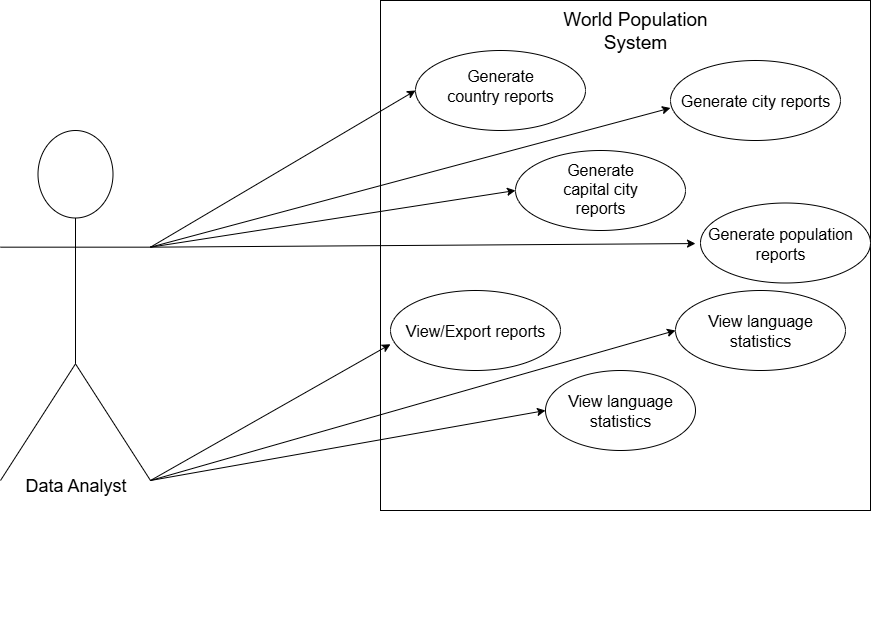
Above: use-cases/Use_Case_Diagram.drawio.png in sanmilonge/SoftEng (draw.io), before the change. Source tidied: cells renumbered, new cells last; positions are measured from the earlier drawing's top-left corner, leaving out a move shared by most shapes. Source of this version:
```xml
<mxGraphModel>
  <root>
    <mxCell id="0" />
    <mxCell id="1" parent="0" />
    <mxCell id="2" style="rounded=0;whiteSpace=wrap;html=1;" parent="1" vertex="1">
      <mxGeometry x="380" width="490" height="510" as="geometry" />
    </mxCell>
    <mxCell id="3" value="&lt;font style=&quot;font-size: 19px;&quot;&gt;World Population System&lt;/font&gt;" style="text;strokeColor=none;align=center;fillColor=none;html=1;verticalAlign=middle;whiteSpace=wrap;rounded=0;" parent="1" vertex="1">
      <mxGeometry x="555" width="160" height="60" as="geometry" />
    </mxCell>
    <mxCell id="4" style="ellipse;whiteSpace=wrap;html=1;" parent="1" vertex="1">
      <mxGeometry x="415" y="50" width="170" height="80" as="geometry" />
    </mxCell>
    <mxCell id="5" style="ellipse;whiteSpace=wrap;html=1;" parent="1" vertex="1">
      <mxGeometry x="670" y="60" width="170" height="80" as="geometry" />
    </mxCell>
    <mxCell id="6" style="ellipse;whiteSpace=wrap;html=1;" parent="1" vertex="1">
      <mxGeometry x="390" y="290" width="170" height="80" as="geometry" />
    </mxCell>
    <mxCell id="7" style="ellipse;whiteSpace=wrap;html=1;" parent="1" vertex="1">
      <mxGeometry x="515" y="150" width="170" height="80" as="geometry" />
    </mxCell>
    <mxCell id="8" style="ellipse;whiteSpace=wrap;html=1;" parent="1" vertex="1">
      <mxGeometry x="700" y="202.5" width="170" height="80" as="geometry" />
    </mxCell>
    <mxCell id="9" value="&lt;font style=&quot;font-size: 16px;&quot;&gt;Generate country reports&lt;/font&gt;" style="text;strokeColor=none;align=center;fillColor=none;html=1;verticalAlign=middle;whiteSpace=wrap;rounded=0;" parent="1" vertex="1">
      <mxGeometry x="440" y="70" width="120" height="30" as="geometry" />
    </mxCell>
    <mxCell id="10" value="&lt;font style=&quot;font-size: 16px;&quot;&gt;Generate population reports&lt;/font&gt;" style="text;strokeColor=none;align=center;fillColor=none;html=1;verticalAlign=middle;whiteSpace=wrap;rounded=0;" parent="1" vertex="1">
      <mxGeometry x="695" y="215" width="170" height="55" as="geometry" />
    </mxCell>
    <mxCell id="11" value="&lt;font style=&quot;font-size: 16px;&quot;&gt;Generate capital city reports&lt;/font&gt;" style="text;strokeColor=none;align=center;fillColor=none;html=1;verticalAlign=middle;whiteSpace=wrap;rounded=0;" parent="1" vertex="1">
      <mxGeometry x="545" y="172.5" width="110" height="30" as="geometry" />
    </mxCell>
    <mxCell id="12" value="&lt;font style=&quot;font-size: 16px;&quot;&gt;Generate city reports&lt;/font&gt;" style="text;strokeColor=none;align=center;fillColor=none;html=1;verticalAlign=middle;whiteSpace=wrap;rounded=0;" parent="1" vertex="1">
      <mxGeometry x="670" y="85" width="170" height="30" as="geometry" />
    </mxCell>
    <mxCell id="13" value="&lt;font style=&quot;font-size: 16px;&quot;&gt;View/Export reports&lt;/font&gt;" style="text;strokeColor=none;align=center;fillColor=none;html=1;verticalAlign=middle;whiteSpace=wrap;rounded=0;" parent="1" vertex="1">
      <mxGeometry x="390" y="302.5" width="170" height="55" as="geometry" />
    </mxCell>
    <mxCell id="14" style="ellipse;whiteSpace=wrap;html=1;" parent="1" vertex="1">
      <mxGeometry x="545" y="370" width="150" height="80" as="geometry" />
    </mxCell>
    <mxCell id="15" value="&lt;font style=&quot;font-size: 16px;&quot;&gt;View language statistics&lt;/font&gt;" style="text;strokeColor=none;align=center;fillColor=none;html=1;verticalAlign=middle;whiteSpace=wrap;rounded=0;" parent="1" vertex="1">
      <mxGeometry x="560" y="380" width="120" height="60" as="geometry" />
    </mxCell>
    <mxCell id="16" style="ellipse;whiteSpace=wrap;html=1;" parent="1" vertex="1">
      <mxGeometry x="675" y="290" width="170" height="80" as="geometry" />
    </mxCell>
    <mxCell id="17" value="&lt;font style=&quot;font-size: 16px;&quot;&gt;View language statistics&lt;/font&gt;" style="text;strokeColor=none;align=center;fillColor=none;html=1;verticalAlign=middle;whiteSpace=wrap;rounded=0;" parent="1" vertex="1">
      <mxGeometry x="700" y="295" width="120" height="70" as="geometry" />
    </mxCell>
    <mxCell id="18" value="&lt;br&gt;&lt;div&gt;&lt;br&gt;&lt;/div&gt;&lt;div&gt;&lt;br&gt;&lt;/div&gt;&lt;div&gt;&lt;br&gt;&lt;/div&gt;&lt;div&gt;&lt;br&gt;&lt;/div&gt;&lt;div&gt;&lt;br&gt;&lt;/div&gt;&lt;div&gt;&lt;br&gt;&lt;/div&gt;&lt;div&gt;&lt;br&gt;&lt;/div&gt;&lt;div&gt;&lt;br&gt;&lt;/div&gt;" style="shape=umlActor;verticalLabelPosition=bottom;verticalAlign=top;html=1;outlineConnect=0;" parent="1" vertex="1">
      <mxGeometry y="130" width="150" height="350" as="geometry" />
    </mxCell>
    <mxCell id="19" style="endArrow=classic;html=1;rounded=0;exitX=1;exitY=1;exitDx=0;exitDy=0;exitPerimeter=0;entryX=0;entryY=0.75;entryDx=0;entryDy=0;" parent="1" edge="1" source="18" target="13">
      <mxGeometry relative="1" as="geometry" />
    </mxCell>
    <mxCell id="20" style="endArrow=classic;html=1;rounded=0;exitX=1;exitY=0.3333333333333333;exitDx=0;exitDy=0;exitPerimeter=0;entryX=0;entryY=0.5;entryDx=0;entryDy=0;" parent="1" edge="1" source="18" target="7">
      <mxGeometry relative="1" as="geometry" />
    </mxCell>
    <mxCell id="21" style="endArrow=classic;html=1;rounded=0;exitX=1;exitY=0.3333333333333333;exitDx=0;exitDy=0;exitPerimeter=0;entryX=0;entryY=0.5;entryDx=0;entryDy=0;" parent="1" edge="1" source="18" target="4">
      <mxGeometry relative="1" as="geometry" />
    </mxCell>
    <mxCell id="22" style="endArrow=classic;html=1;rounded=0;entryX=0;entryY=0.5;entryDx=0;entryDy=0;" parent="1" edge="1" target="14">
      <mxGeometry relative="1" as="geometry">
        <mxPoint x="150" y="480" as="sourcePoint" />
      </mxGeometry>
    </mxCell>
    <mxCell id="23" style="endArrow=classic;html=1;rounded=0;exitX=1;exitY=0.3333333333333333;exitDx=0;exitDy=0;exitPerimeter=0;" parent="1" edge="1" source="18" target="10">
      <mxGeometry relative="1" as="geometry" />
    </mxCell>
    <mxCell id="24" style="endArrow=classic;html=1;rounded=0;entryX=0;entryY=0.5;entryDx=0;entryDy=0;" parent="1" edge="1" target="16">
      <mxGeometry relative="1" as="geometry">
        <mxPoint x="150" y="480" as="sourcePoint" />
      </mxGeometry>
    </mxCell>
    <mxCell id="25" style="endArrow=classic;html=1;rounded=0;entryX=0;entryY=0.75;entryDx=0;entryDy=0;exitX=1;exitY=0.3333333333333333;exitDx=0;exitDy=0;exitPerimeter=0;" parent="1" edge="1" source="18" target="12">
      <mxGeometry relative="1" as="geometry" />
    </mxCell>
    <mxCell id="26" value="&lt;font style=&quot;font-size: 18px;&quot;&gt;Data Analyst&lt;/font&gt;" style="text;strokeColor=none;align=center;fillColor=none;html=1;verticalAlign=middle;whiteSpace=wrap;rounded=0;" parent="1" vertex="1">
      <mxGeometry x="2.5" y="470" width="145" height="30" as="geometry" />
    </mxCell>
  </root>
</mxGraphModel>
```
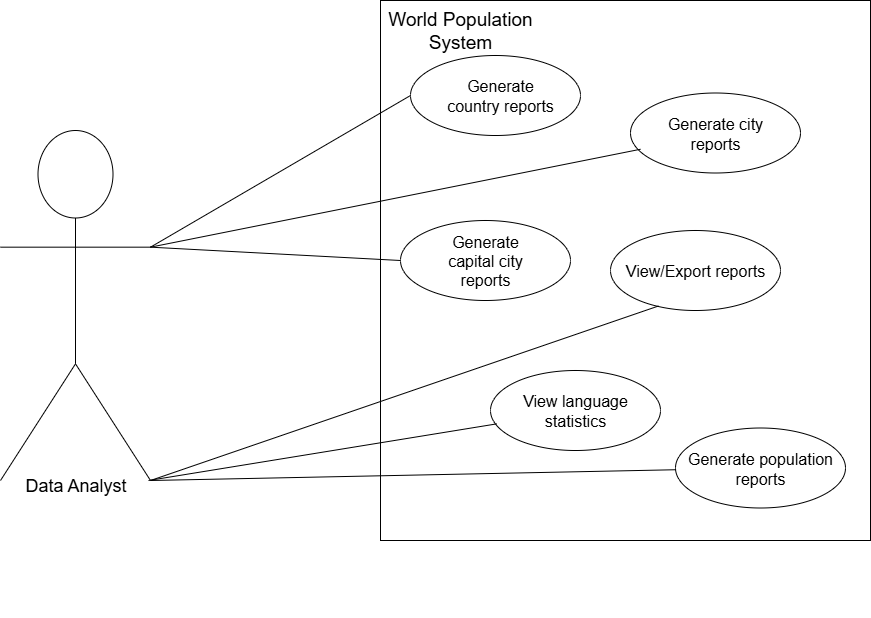
After the change.

Diff of the diagram source:
```diff
@@ -3,83 +3,72 @@
     <mxCell id="0" />
     <mxCell id="1" parent="0" />
     <mxCell id="2" style="rounded=0;whiteSpace=wrap;html=1;" parent="1" vertex="1">
-      <mxGeometry x="380" width="490" height="510" as="geometry" />
+      <mxGeometry x="380" width="490" height="540" as="geometry" />
     </mxCell>
     <mxCell id="3" value="&lt;font style=&quot;font-size: 19px;&quot;&gt;World Population System&lt;/font&gt;" style="text;strokeColor=none;align=center;fillColor=none;html=1;verticalAlign=middle;whiteSpace=wrap;rounded=0;" parent="1" vertex="1">
-      <mxGeometry x="555" width="160" height="60" as="geometry" />
+      <mxGeometry x="380" width="160" height="60" as="geometry" />
     </mxCell>
     <mxCell id="4" style="ellipse;whiteSpace=wrap;html=1;" parent="1" vertex="1">
-      <mxGeometry x="415" y="50" width="170" height="80" as="geometry" />
+      <mxGeometry x="410" y="55" width="170" height="80" as="geometry" />
     </mxCell>
     <mxCell id="5" style="ellipse;whiteSpace=wrap;html=1;" parent="1" vertex="1">
-      <mxGeometry x="670" y="60" width="170" height="80" as="geometry" />
+      <mxGeometry x="630" y="92.5" width="170" height="80" as="geometry" />
     </mxCell>
     <mxCell id="6" style="ellipse;whiteSpace=wrap;html=1;" parent="1" vertex="1">
-      <mxGeometry x="390" y="290" width="170" height="80" as="geometry" />
+      <mxGeometry x="610" y="230" width="170" height="80" as="geometry" />
     </mxCell>
     <mxCell id="7" style="ellipse;whiteSpace=wrap;html=1;" parent="1" vertex="1">
-      <mxGeometry x="515" y="150" width="170" height="80" as="geometry" />
+      <mxGeometry x="400" y="220" width="170" height="80" as="geometry" />
     </mxCell>
     <mxCell id="8" style="ellipse;whiteSpace=wrap;html=1;" parent="1" vertex="1">
-      <mxGeometry x="700" y="202.5" width="170" height="80" as="geometry" />
+      <mxGeometry x="675" y="427.5" width="170" height="80" as="geometry" />
     </mxCell>
     <mxCell id="9" value="&lt;font style=&quot;font-size: 16px;&quot;&gt;Generate country reports&lt;/font&gt;" style="text;strokeColor=none;align=center;fillColor=none;html=1;verticalAlign=middle;whiteSpace=wrap;rounded=0;" parent="1" vertex="1">
-      <mxGeometry x="440" y="70" width="120" height="30" as="geometry" />
+      <mxGeometry x="440" y="80" width="120" height="30" as="geometry" />
     </mxCell>
     <mxCell id="10" value="&lt;font style=&quot;font-size: 16px;&quot;&gt;Generate population reports&lt;/font&gt;" style="text;strokeColor=none;align=center;fillColor=none;html=1;verticalAlign=middle;whiteSpace=wrap;rounded=0;" parent="1" vertex="1">
-      <mxGeometry x="695" y="215" width="170" height="55" as="geometry" />
+      <mxGeometry x="675" y="440" width="170" height="55" as="geometry" />
     </mxCell>
     <mxCell id="11" value="&lt;font style=&quot;font-size: 16px;&quot;&gt;Generate capital city reports&lt;/font&gt;" style="text;strokeColor=none;align=center;fillColor=none;html=1;verticalAlign=middle;whiteSpace=wrap;rounded=0;" parent="1" vertex="1">
-      <mxGeometry x="545" y="172.5" width="110" height="30" as="geometry" />
+      <mxGeometry x="430" y="245" width="110" height="30" as="geometry" />
     </mxCell>
     <mxCell id="12" value="&lt;font style=&quot;font-size: 16px;&quot;&gt;Generate city reports&lt;/font&gt;" style="text;strokeColor=none;align=center;fillColor=none;html=1;verticalAlign=middle;whiteSpace=wrap;rounded=0;" parent="1" vertex="1">
-      <mxGeometry x="670" y="85" width="170" height="30" as="geometry" />
+      <mxGeometry x="640" y="100" width="150" height="65" as="geometry" />
     </mxCell>
     <mxCell id="13" value="&lt;font style=&quot;font-size: 16px;&quot;&gt;View/Export reports&lt;/font&gt;" style="text;strokeColor=none;align=center;fillColor=none;html=1;verticalAlign=middle;whiteSpace=wrap;rounded=0;" parent="1" vertex="1">
-      <mxGeometry x="390" y="302.5" width="170" height="55" as="geometry" />
+      <mxGeometry x="610" y="245" width="170" height="50" as="geometry" />
     </mxCell>
-    <mxCell id="14" style="ellipse;whiteSpace=wrap;html=1;" parent="1" vertex="1">
-      <mxGeometry x="545" y="370" width="150" height="80" as="geometry" />
-    </mxCell>
-    <mxCell id="15" value="&lt;font style=&quot;font-size: 16px;&quot;&gt;View language statistics&lt;/font&gt;" style="text;strokeColor=none;align=center;fillColor=none;html=1;verticalAlign=middle;whiteSpace=wrap;rounded=0;" parent="1" vertex="1">
-      <mxGeometry x="560" y="380" width="120" height="60" as="geometry" />
-    </mxCell>
     <mxCell id="16" style="ellipse;whiteSpace=wrap;html=1;" parent="1" vertex="1">
-      <mxGeometry x="675" y="290" width="170" height="80" as="geometry" />
+      <mxGeometry x="490" y="370" width="170" height="80" as="geometry" />
     </mxCell>
     <mxCell id="17" value="&lt;font style=&quot;font-size: 16px;&quot;&gt;View language statistics&lt;/font&gt;" style="text;strokeColor=none;align=center;fillColor=none;html=1;verticalAlign=middle;whiteSpace=wrap;rounded=0;" parent="1" vertex="1">
-      <mxGeometry x="700" y="295" width="120" height="70" as="geometry" />
+      <mxGeometry x="515" y="375" width="120" height="70" as="geometry" />
     </mxCell>
     <mxCell id="18" value="&lt;br&gt;&lt;div&gt;&lt;br&gt;&lt;/div&gt;&lt;div&gt;&lt;br&gt;&lt;/div&gt;&lt;div&gt;&lt;br&gt;&lt;/div&gt;&lt;div&gt;&lt;br&gt;&lt;/div&gt;&lt;div&gt;&lt;br&gt;&lt;/div&gt;&lt;div&gt;&lt;br&gt;&lt;/div&gt;&lt;div&gt;&lt;br&gt;&lt;/div&gt;&lt;div&gt;&lt;br&gt;&lt;/div&gt;" style="shape=umlActor;verticalLabelPosition=bottom;verticalAlign=top;html=1;outlineConnect=0;" parent="1" vertex="1">
       <mxGeometry y="130" width="150" height="350" as="geometry" />
     </mxCell>
-    <mxCell id="19" style="endArrow=classic;html=1;rounded=0;exitX=1;exitY=1;exitDx=0;exitDy=0;exitPerimeter=0;entryX=0;entryY=0.75;entryDx=0;entryDy=0;" parent="1" edge="1" source="18" target="13">
-      <mxGeometry relative="1" as="geometry" />
-    </mxCell>
+    <mxCell id="26" value="&lt;font style=&quot;font-size: 18px;&quot;&gt;Data Analyst&lt;/font&gt;" style="text;strokeColor=none;align=center;fillColor=none;html=1;verticalAlign=middle;whiteSpace=wrap;rounded=0;" parent="1" vertex="1">
+      <mxGeometry x="2.5" y="470" width="145" height="30" as="geometry" />
+    </mxCell>
+    <mxCell id="21" style="endArrow=none;html=1;rounded=0;exitX=1;exitY=0.3333333333333333;exitDx=0;exitDy=0;exitPerimeter=0;entryX=0;entryY=0.5;entryDx=0;entryDy=0;" parent="1" edge="1" source="18" target="4">
+      <mxGeometry relative="1" as="geometry" />
+    </mxCell>
+    <mxCell id="25" style="endArrow=none;html=1;rounded=0;exitX=1;exitY=0.3333333333333333;exitDx=0;exitDy=0;exitPerimeter=0;entryX=0;entryY=0.75;entryDx=0;entryDy=0;" parent="1" edge="1" source="18" target="12">
+      <mxGeometry relative="1" as="geometry" />
+    </mxCell>
-    <mxCell id="20" style="endArrow=classic;html=1;rounded=0;exitX=1;exitY=0.3333333333333333;exitDx=0;exitDy=0;exitPerimeter=0;entryX=0;entryY=0.5;entryDx=0;entryDy=0;" parent="1" edge="1" source="18" target="7">
+    <mxCell id="20" style="endArrow=none;html=1;rounded=0;exitX=1;exitY=0.3333333333333333;exitDx=0;exitDy=0;exitPerimeter=0;entryX=0;entryY=0.5;entryDx=0;entryDy=0;" parent="1" edge="1" source="18" target="7">
       <mxGeometry relative="1" as="geometry" />
     </mxCell>
-    <mxCell id="21" style="endArrow=classic;html=1;rounded=0;exitX=1;exitY=0.3333333333333333;exitDx=0;exitDy=0;exitPerimeter=0;entryX=0;entryY=0.5;entryDx=0;entryDy=0;" parent="1" edge="1" source="18" target="4">
-      <mxGeometry relative="1" as="geometry" />
-    </mxCell>
-    <mxCell id="22" style="endArrow=classic;html=1;rounded=0;entryX=0;entryY=0.5;entryDx=0;entryDy=0;" parent="1" edge="1" target="14">
-      <mxGeometry relative="1" as="geometry">
-        <mxPoint x="150" y="480" as="sourcePoint" />
-      </mxGeometry>
-    </mxCell>
-    <mxCell id="23" style="endArrow=classic;html=1;rounded=0;exitX=1;exitY=0.3333333333333333;exitDx=0;exitDy=0;exitPerimeter=0;" parent="1" edge="1" source="18" target="10">
+    <mxCell id="23" style="endArrow=none;html=1;rounded=0;exitX=1;exitY=1;exitDx=0;exitDy=0;exitPerimeter=0;" parent="1" edge="1" source="18" target="10">
       <mxGeometry relative="1" as="geometry" />
     </mxCell>
-    <mxCell id="24" style="endArrow=classic;html=1;rounded=0;entryX=0;entryY=0.5;entryDx=0;entryDy=0;" parent="1" edge="1" target="16">
-      <mxGeometry relative="1" as="geometry">
-        <mxPoint x="150" y="480" as="sourcePoint" />
-      </mxGeometry>
-    </mxCell>
-    <mxCell id="25" style="endArrow=classic;html=1;rounded=0;entryX=0;entryY=0.75;entryDx=0;entryDy=0;exitX=1;exitY=0.3333333333333333;exitDx=0;exitDy=0;exitPerimeter=0;" parent="1" edge="1" source="18" target="12">
-      <mxGeometry relative="1" as="geometry" />
-    </mxCell>
-    <mxCell id="26" value="&lt;font style=&quot;font-size: 18px;&quot;&gt;Data Analyst&lt;/font&gt;" style="text;strokeColor=none;align=center;fillColor=none;html=1;verticalAlign=middle;whiteSpace=wrap;rounded=0;" parent="1" vertex="1">
-      <mxGeometry x="2.5" y="470" width="145" height="30" as="geometry" />
-    </mxCell>
+    <mxCell id="27" style="endArrow=none;html=1;rounded=0;entryX=0.037;entryY=0.667;entryDx=0;entryDy=0;entryPerimeter=0;" parent="1" edge="1" target="16">
+      <mxGeometry relative="1" as="geometry">
+        <mxPoint x="148" y="480" as="sourcePoint" />
+      </mxGeometry>
+    </mxCell>
+    <mxCell id="28" style="endArrow=none;html=1;rounded=0;exitX=1;exitY=1;exitDx=0;exitDy=0;exitPerimeter=0;entryX=0.282;entryY=0.944;entryDx=0;entryDy=0;entryPerimeter=0;" parent="1" edge="1" source="18" target="6">
+      <mxGeometry relative="1" as="geometry" />
+    </mxCell>
   </root>
 </mxGraphModel>
```
